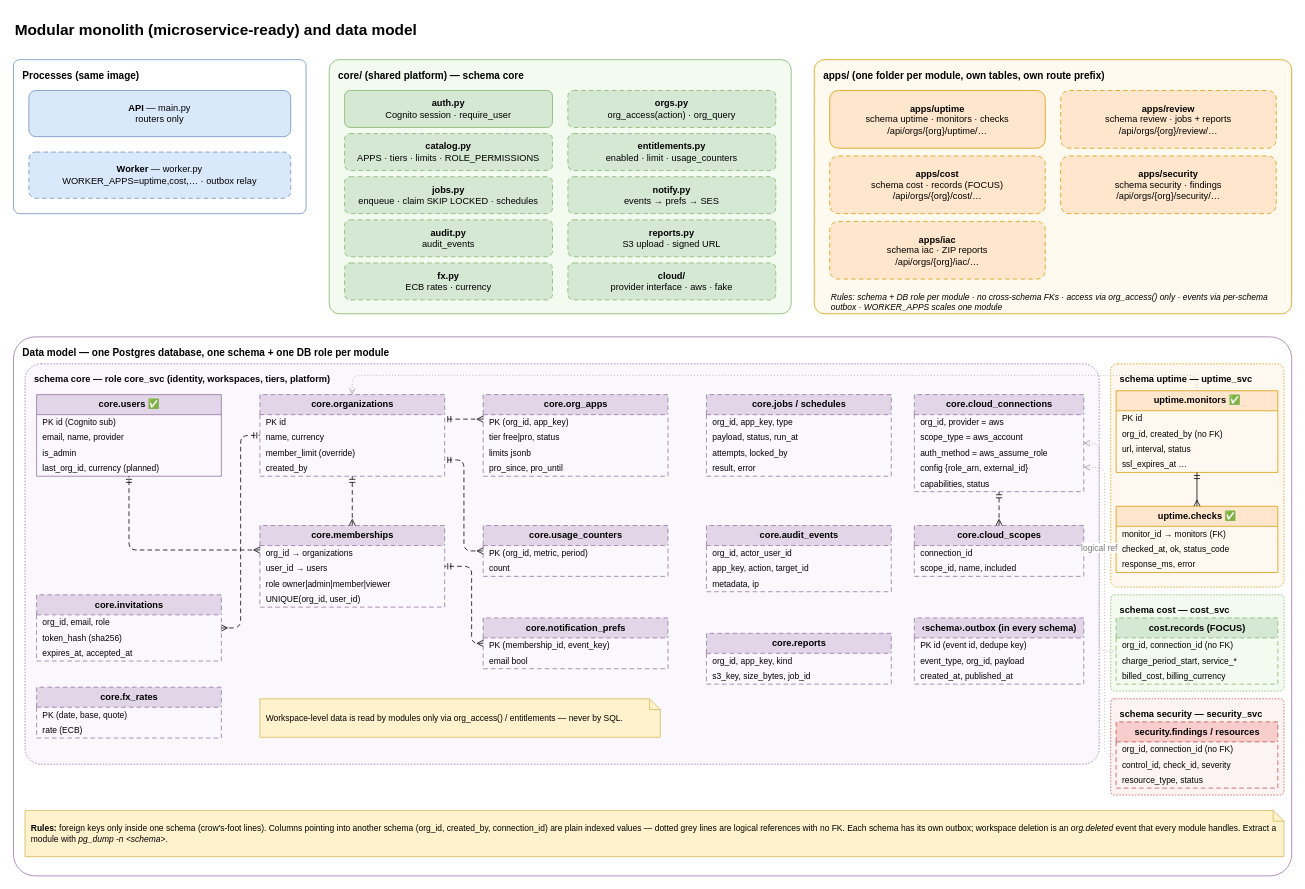
Above: page "Backend modules and data model" (3 of 3) of docs/architecture.drawio in nasir19noor/cloudmindra (draw.io), before the change. Source tidied: cells renumbered, new cells numbered last; positions are measured from the earlier drawing's top-left corner, leaving out a move shared by most shapes. Both pictures are drawn from the tidied source at 77%, with x=0, y=0 at pixel (13, 13).
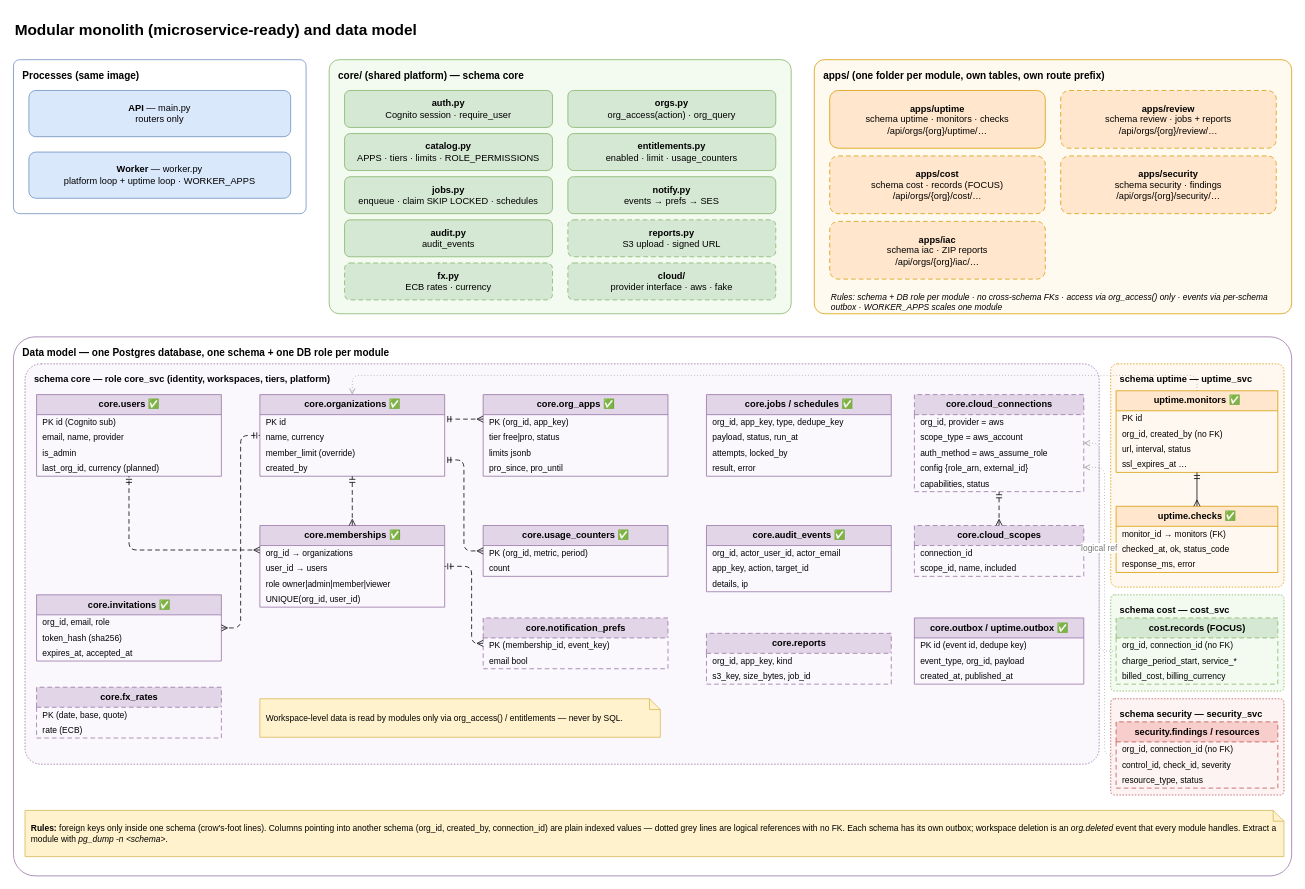
Above is the later version.

What changed in the source:
```diff
@@
-    <mxCell id="5" value="&lt;b&gt;Worker&lt;/b&gt; — worker.py&lt;br&gt;WORKER_APPS=uptime,cost,… · outbox relay" style="rounded=1;whiteSpace=wrap;html=1;fillColor=#dae8fc;strokeColor=#6c8ebf;fontSize=12;dashed=1;dashPattern=6 4;" parent="1" vertex="1">
+    <mxCell id="5" value="&lt;b&gt;Worker&lt;/b&gt; — worker.py&lt;br&gt;platform loop + uptime loop · WORKER_APPS" style="rounded=1;whiteSpace=wrap;html=1;fillColor=#dae8fc;strokeColor=#6c8ebf;fontSize=12;" parent="1" vertex="1">
       <mxGeometry x="20" y="180" width="340" height="60" as="geometry" />
     </mxCell>
@@
-    <mxCell id="8" value="&lt;b&gt;orgs.py&lt;/b&gt;&lt;br&gt;org_access(action) · org_query" style="rounded=1;whiteSpace=wrap;html=1;fillColor=#d5e8d4;strokeColor=#82b366;fontSize=12;dashed=1;dashPattern=6 4;" parent="1" vertex="1">
+    <mxCell id="8" value="&lt;b&gt;orgs.py&lt;/b&gt;&lt;br&gt;org_access(action) · org_query" style="rounded=1;whiteSpace=wrap;html=1;fillColor=#d5e8d4;strokeColor=#82b366;fontSize=12;" parent="1" vertex="1">
       <mxGeometry x="720" y="100" width="270" height="48" as="geometry" />
     </mxCell>
-    <mxCell id="9" value="&lt;b&gt;catalog.py&lt;/b&gt;&lt;br&gt;APPS · tiers · limits · ROLE_PERMISSIONS" style="rounded=1;whiteSpace=wrap;html=1;fillColor=#d5e8d4;strokeColor=#82b366;fontSize=12;dashed=1;dashPattern=6 4;" parent="1" vertex="1">
+    <mxCell id="9" value="&lt;b&gt;catalog.py&lt;/b&gt;&lt;br&gt;APPS · tiers · limits · ROLE_PERMISSIONS" style="rounded=1;whiteSpace=wrap;html=1;fillColor=#d5e8d4;strokeColor=#82b366;fontSize=12;" parent="1" vertex="1">
       <mxGeometry x="430" y="156" width="270" height="48" as="geometry" />
     </mxCell>
-    <mxCell id="10" value="&lt;b&gt;entitlements.py&lt;/b&gt;&lt;br&gt;enabled · limit · usage_counters" style="rounded=1;whiteSpace=wrap;html=1;fillColor=#d5e8d4;strokeColor=#82b366;fontSize=12;dashed=1;dashPattern=6 4;" parent="1" vertex="1">
+    <mxCell id="10" value="&lt;b&gt;entitlements.py&lt;/b&gt;&lt;br&gt;enabled · limit · usage_counters" style="rounded=1;whiteSpace=wrap;html=1;fillColor=#d5e8d4;strokeColor=#82b366;fontSize=12;" parent="1" vertex="1">
       <mxGeometry x="720" y="156" width="270" height="48" as="geometry" />
     </mxCell>
-    <mxCell id="11" value="&lt;b&gt;jobs.py&lt;/b&gt;&lt;br&gt;enqueue · claim SKIP LOCKED · schedules" style="rounded=1;whiteSpace=wrap;html=1;fillColor=#d5e8d4;strokeColor=#82b366;fontSize=12;dashed=1;dashPattern=6 4;" parent="1" vertex="1">
+    <mxCell id="11" value="&lt;b&gt;jobs.py&lt;/b&gt;&lt;br&gt;enqueue · claim SKIP LOCKED · schedules" style="rounded=1;whiteSpace=wrap;html=1;fillColor=#d5e8d4;strokeColor=#82b366;fontSize=12;" parent="1" vertex="1">
       <mxGeometry x="430" y="212" width="270" height="48" as="geometry" />
     </mxCell>
-    <mxCell id="12" value="&lt;b&gt;notify.py&lt;/b&gt;&lt;br&gt;events → prefs → SES" style="rounded=1;whiteSpace=wrap;html=1;fillColor=#d5e8d4;strokeColor=#82b366;fontSize=12;dashed=1;dashPattern=6 4;" parent="1" vertex="1">
+    <mxCell id="12" value="&lt;b&gt;notify.py&lt;/b&gt;&lt;br&gt;events → prefs → SES" style="rounded=1;whiteSpace=wrap;html=1;fillColor=#d5e8d4;strokeColor=#82b366;fontSize=12;" parent="1" vertex="1">
       <mxGeometry x="720" y="212" width="270" height="48" as="geometry" />
     </mxCell>
-    <mxCell id="13" value="&lt;b&gt;audit.py&lt;/b&gt;&lt;br&gt;audit_events" style="rounded=1;whiteSpace=wrap;html=1;fillColor=#d5e8d4;strokeColor=#82b366;fontSize=12;dashed=1;dashPattern=6 4;" parent="1" vertex="1">
+    <mxCell id="13" value="&lt;b&gt;audit.py&lt;/b&gt;&lt;br&gt;audit_events" style="rounded=1;whiteSpace=wrap;html=1;fillColor=#d5e8d4;strokeColor=#82b366;fontSize=12;" parent="1" vertex="1">
       <mxGeometry x="430" y="268" width="270" height="48" as="geometry" />
     </mxCell>
@@
-    <mxCell id="34" value="core.organizations" style="swimlane;fontStyle=1;horizontal=1;startSize=26;fillColor=#e1d5e7;strokeColor=#9673a6;html=1;fontSize=12;dashed=1;dashPattern=6 4;" parent="1" vertex="1">
+    <mxCell id="34" value="core.organizations ✅" style="swimlane;fontStyle=1;horizontal=1;startSize=26;fillColor=#e1d5e7;strokeColor=#9673a6;html=1;fontSize=12;" parent="1" vertex="1">
       <mxGeometry x="320" y="495" width="240" height="106" as="geometry" />
     </mxCell>
@@
-    <mxCell id="39" value="core.org_apps" style="swimlane;fontStyle=1;horizontal=1;startSize=26;fillColor=#e1d5e7;strokeColor=#9673a6;html=1;fontSize=12;dashed=1;dashPattern=6 4;" parent="1" vertex="1">
+    <mxCell id="39" value="core.org_apps ✅" style="swimlane;fontStyle=1;horizontal=1;startSize=26;fillColor=#e1d5e7;strokeColor=#9673a6;html=1;fontSize=12;" parent="1" vertex="1">
       <mxGeometry x="610" y="495" width="240" height="106" as="geometry" />
     </mxCell>
@@
-    <mxCell id="44" value="core.jobs / schedules" style="swimlane;fontStyle=1;horizontal=1;startSize=26;fillColor=#e1d5e7;strokeColor=#9673a6;html=1;fontSize=12;dashed=1;dashPattern=6 4;" parent="1" vertex="1">
+    <mxCell id="44" value="core.jobs / schedules ✅" style="swimlane;fontStyle=1;horizontal=1;startSize=26;fillColor=#e1d5e7;strokeColor=#9673a6;html=1;fontSize=12;" parent="1" vertex="1">
       <mxGeometry x="900" y="495" width="240" height="106" as="geometry" />
     </mxCell>
-    <mxCell id="45" value="org_id, app_key, type" style="text;strokeColor=none;fillColor=none;align=left;verticalAlign=middle;spacingLeft=6;html=1;fontSize=11;" parent="44" vertex="1">
+    <mxCell id="45" value="org_id, app_key, type, dedupe_key" style="text;strokeColor=none;fillColor=none;align=left;verticalAlign=middle;spacingLeft=6;html=1;fontSize=11;" parent="44" vertex="1">
       <mxGeometry y="26" width="240" height="20" as="geometry" />
     </mxCell>
@@
-    <mxCell id="55" value="core.memberships" style="swimlane;fontStyle=1;horizontal=1;startSize=26;fillColor=#e1d5e7;strokeColor=#9673a6;html=1;fontSize=12;dashed=1;dashPattern=6 4;" parent="1" vertex="1">
+    <mxCell id="55" value="core.memberships ✅" style="swimlane;fontStyle=1;horizontal=1;startSize=26;fillColor=#e1d5e7;strokeColor=#9673a6;html=1;fontSize=12;" parent="1" vertex="1">
       <mxGeometry x="320" y="665" width="240" height="106" as="geometry" />
     </mxCell>
@@
-    <mxCell id="60" value="core.usage_counters" style="swimlane;fontStyle=1;horizontal=1;startSize=26;fillColor=#e1d5e7;strokeColor=#9673a6;html=1;fontSize=12;dashed=1;dashPattern=6 4;" parent="1" vertex="1">
+    <mxCell id="60" value="core.usage_counters ✅" style="swimlane;fontStyle=1;horizontal=1;startSize=26;fillColor=#e1d5e7;strokeColor=#9673a6;html=1;fontSize=12;" parent="1" vertex="1">
       <mxGeometry x="610" y="665" width="240" height="66" as="geometry" />
     </mxCell>
@@
-    <mxCell id="63" value="core.audit_events" style="swimlane;fontStyle=1;horizontal=1;startSize=26;fillColor=#e1d5e7;strokeColor=#9673a6;html=1;fontSize=12;dashed=1;dashPattern=6 4;" parent="1" vertex="1">
+    <mxCell id="63" value="core.audit_events ✅" style="swimlane;fontStyle=1;horizontal=1;startSize=26;fillColor=#e1d5e7;strokeColor=#9673a6;html=1;fontSize=12;" parent="1" vertex="1">
       <mxGeometry x="900" y="665" width="240" height="86" as="geometry" />
     </mxCell>
-    <mxCell id="64" value="org_id, actor_user_id" style="text;strokeColor=none;fillColor=none;align=left;verticalAlign=middle;spacingLeft=6;html=1;fontSize=11;" parent="63" vertex="1">
+    <mxCell id="64" value="org_id, actor_user_id, actor_email" style="text;strokeColor=none;fillColor=none;align=left;verticalAlign=middle;spacingLeft=6;html=1;fontSize=11;" parent="63" vertex="1">
       <mxGeometry y="26" width="240" height="20" as="geometry" />
     </mxCell>
@@
-    <mxCell id="66" value="metadata, ip" style="text;strokeColor=none;fillColor=none;align=left;verticalAlign=middle;spacingLeft=6;html=1;fontSize=11;" parent="63" vertex="1">
+    <mxCell id="66" value="details, ip" style="text;strokeColor=none;fillColor=none;align=left;verticalAlign=middle;spacingLeft=6;html=1;fontSize=11;" parent="63" vertex="1">
       <mxGeometry y="66" width="240" height="20" as="geometry" />
     </mxCell>
@@
-    <mxCell id="70" value="core.invitations" style="swimlane;fontStyle=1;horizontal=1;startSize=26;fillColor=#e1d5e7;strokeColor=#9673a6;html=1;fontSize=12;dashed=1;dashPattern=6 4;" parent="1" vertex="1">
+    <mxCell id="70" value="core.invitations ✅" style="swimlane;fontStyle=1;horizontal=1;startSize=26;fillColor=#e1d5e7;strokeColor=#9673a6;html=1;fontSize=12;" parent="1" vertex="1">
       <mxGeometry x="30" y="755" width="240" height="86" as="geometry" />
     </mxCell>
@@
-    <mxCell id="80" value="‹schema›.outbox (in every schema)" style="swimlane;fontStyle=1;horizontal=1;startSize=26;fillColor=#e1d5e7;strokeColor=#9673a6;html=1;fontSize=12;dashed=1;dashPattern=6 4;" parent="1" vertex="1">
+    <mxCell id="80" value="core.outbox / uptime.outbox ✅" style="swimlane;fontStyle=1;horizontal=1;startSize=26;fillColor=#e1d5e7;strokeColor=#9673a6;html=1;fontSize=12;" parent="1" vertex="1">
       <mxGeometry x="1170" y="785" width="220" height="86" as="geometry" />
     </mxCell>
```
